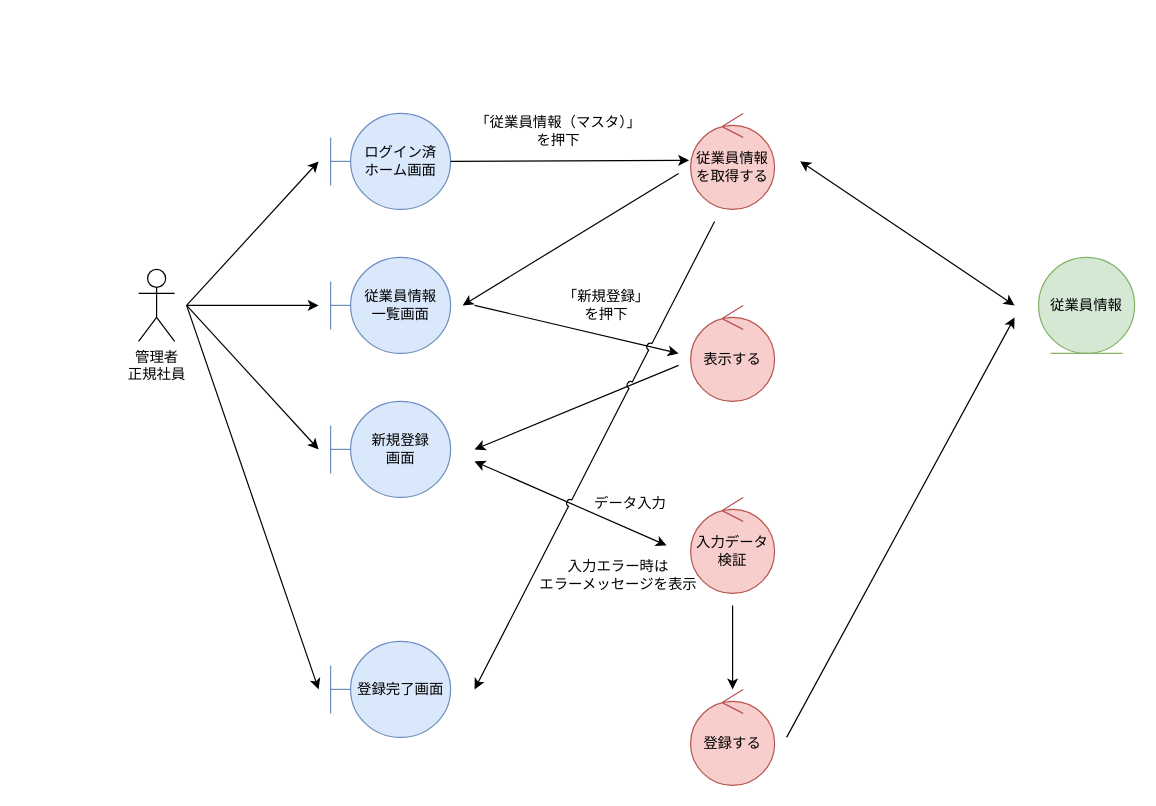
Above: page "*従業員情報管理_登録" (1 of 5) of 各種設計書/3ロバストネス図/マスタ管理/1.従業員情報マスタ.drawio in HaruShim/Sotuken (draw.io), before the change. Source tidied: cells renumbered, new cells numbered last; positions are measured from the earlier drawing's top-left corner, leaving out a move shared by most shapes. Both pictures are drawn from the tidied source at 120%, with x=0, y=0 at pixel (138, 113).
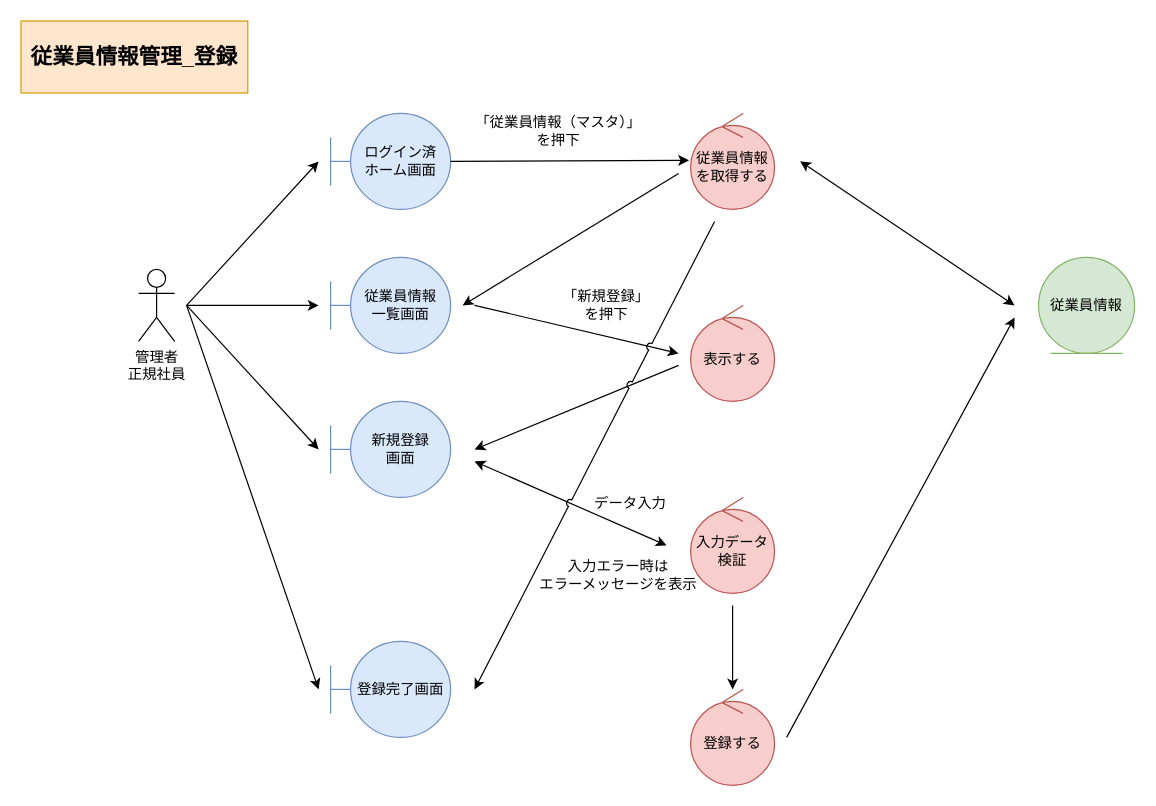
The same diagram, later.

The edit, as a diff of the source:
```diff
@@
+    <mxCell id="29" value="従業員情報管理_登録" style="rounded=0;whiteSpace=wrap;html=1;fillColor=#ffe6cc;strokeColor=#d79b00;fontStyle=1;fontSize=18;" parent="1" vertex="1">
+      <mxGeometry x="-98" y="-77" width="189" height="60" as="geometry" />
+    </mxCell>
```
